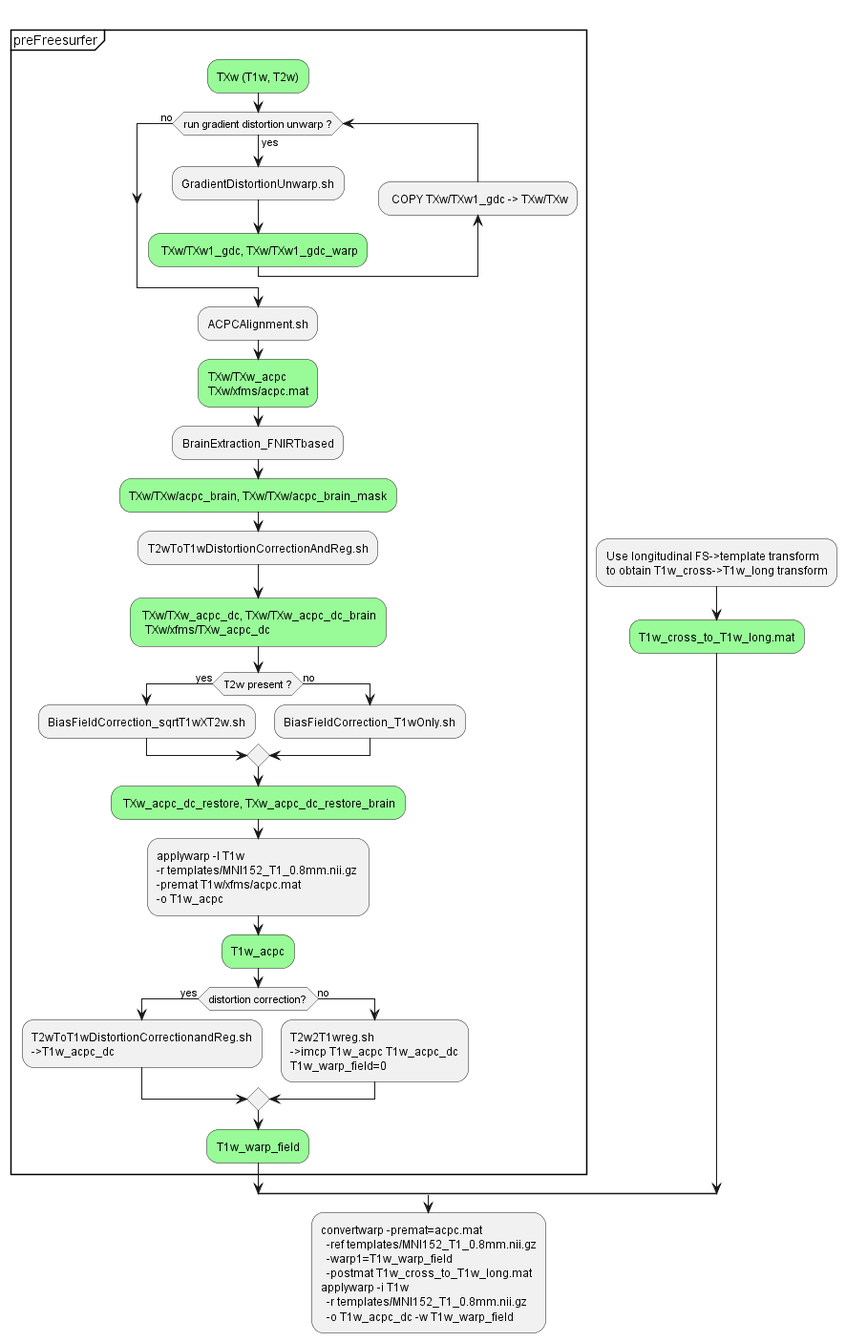
Before: docs/diagrams/out/PreFreesurferPipeline.png, a diagram exported from PlantUML (Washington-University/HCPpipelines). The source it was exported from:
```plantuml
@startuml
split
 -[hidden]->
 group preFreesurfer
   -[hidden]->
   #palegreen:TXw (T1w, T2w);
   while (run gradient distortion unwarp ?) is (yes)
     :GradientDistortionUnwarp.sh;
     #palegreen: TXw/TXw1_gdc, TXw/TXw1_gdc_warp;
     backward: COPY TXw/TXw1_gdc -> TXw/TXw;
     endwhile (no)

     :ACPCAlignment.sh;
     #palegreen:TXw/TXw_acpc
     TXw/xfms/acpc.mat;
     :BrainExtraction_FNIRTbased;
     #palegreen:TXw/TXw/acpc_brain, TXw/TXw/acpc_brain_mask;
     :T2wToT1wDistortionCorrectionAndReg.sh;
     #palegreen: TXw/TXw_acpc_dc, TXw/TXw_acpc_dc_brain
       TXw/xfms/TXw_acpc_dc;
     if (T2w present ?) then (yes)
        :BiasFieldCorrection_sqrtT1wXT2w.sh;
     else (no)
        :BiasFieldCorrection_T1wOnly.sh;
     endif
     #palegreen: TXw_acpc_dc_restore, TXw_acpc_dc_restore_brain;

 :applywarp -I T1w
-r templates/MNI152_T1_0.8mm.nii.gz
-premat T1w/xfms/acpc.mat
-o T1w_acpc;
 #palegreen:T1w_acpc;
 if (distortion correction?) then (yes)
   :T2wToT1wDistortionCorrectionandReg.sh
   ->T1w_acpc_dc;
 else (no)
   :T2w2T1wreg.sh
   ->imcp T1w_acpc T1w_acpc_dc
   T1w_warp_field=0;
 endif
 #palegreen:T1w_warp_field;

 end group
split again
 -[hidden]->
 :Use longitudinal FS->template transform
 to obtain T1w_cross->T1w_long transform;
  #palegreen:T1w_cross_to_T1w_long.mat;
 end split
 :convertwarp -premat=acpc.mat
   -ref templates/MNI152_T1_0.8mm.nii.gz
   -warp1=T1w_warp_field
   -postmat T1w_cross_to_T1w_long.mat
 applywarp -i T1w
   -r templates/MNI152_T1_0.8mm.nii.gz
   -o T1w_acpc_dc -w T1w_warp_field;

@enduml
```
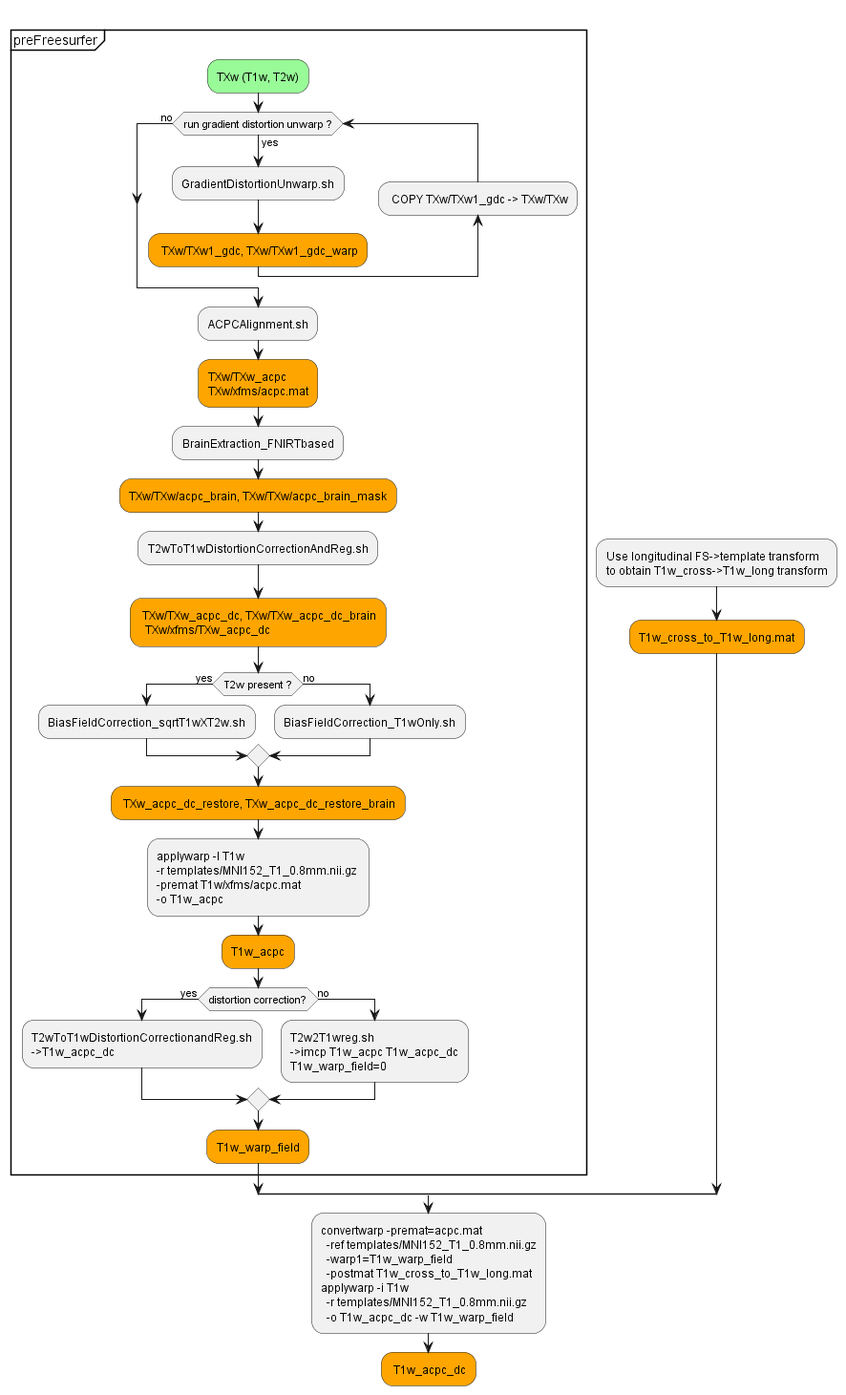
The same file after the commit.

Change to the diagram source:
```diff
@@ -6,30 +6,30 @@
    #palegreen:TXw (T1w, T2w);
    while (run gradient distortion unwarp ?) is (yes)
      :GradientDistortionUnwarp.sh;
-     #palegreen: TXw/TXw1_gdc, TXw/TXw1_gdc_warp;
+     #orange: TXw/TXw1_gdc, TXw/TXw1_gdc_warp;
      backward: COPY TXw/TXw1_gdc -> TXw/TXw;
      endwhile (no)
 
      :ACPCAlignment.sh;
-     #palegreen:TXw/TXw_acpc
+     #orange:TXw/TXw_acpc
      TXw/xfms/acpc.mat;
      :BrainExtraction_FNIRTbased;
-     #palegreen:TXw/TXw/acpc_brain, TXw/TXw/acpc_brain_mask;
+     #orange:TXw/TXw/acpc_brain, TXw/TXw/acpc_brain_mask;
      :T2wToT1wDistortionCorrectionAndReg.sh;
-     #palegreen: TXw/TXw_acpc_dc, TXw/TXw_acpc_dc_brain
+     #orange: TXw/TXw_acpc_dc, TXw/TXw_acpc_dc_brain
        TXw/xfms/TXw_acpc_dc;
      if (T2w present ?) then (yes)
         :BiasFieldCorrection_sqrtT1wXT2w.sh;
      else (no)
         :BiasFieldCorrection_T1wOnly.sh;
      endif
-     #palegreen: TXw_acpc_dc_restore, TXw_acpc_dc_restore_brain;
+     #orange: TXw_acpc_dc_restore, TXw_acpc_dc_restore_brain;
 
  :applywarp -I T1w
 -r templates/MNI152_T1_0.8mm.nii.gz
 -premat T1w/xfms/acpc.mat
 -o T1w_acpc;
- #palegreen:T1w_acpc;
+ #orange:T1w_acpc;
  if (distortion correction?) then (yes)
    :T2wToT1wDistortionCorrectionandReg.sh
    ->T1w_acpc_dc;
@@ -38,14 +38,14 @@
    ->imcp T1w_acpc T1w_acpc_dc
    T1w_warp_field=0;
  endif
- #palegreen:T1w_warp_field;
+ #orange:T1w_warp_field;
 
  end group
 split again
  -[hidden]->
  :Use longitudinal FS->template transform
  to obtain T1w_cross->T1w_long transform;
-  #palegreen:T1w_cross_to_T1w_long.mat;
+  #orange:T1w_cross_to_T1w_long.mat;
  end split
  :convertwarp -premat=acpc.mat
    -ref templates/MNI152_T1_0.8mm.nii.gz
@@ -54,5 +54,5 @@
  applywarp -i T1w
    -r templates/MNI152_T1_0.8mm.nii.gz
    -o T1w_acpc_dc -w T1w_warp_field;
-
+ #orange: T1w_acpc_dc;
 @enduml
```
